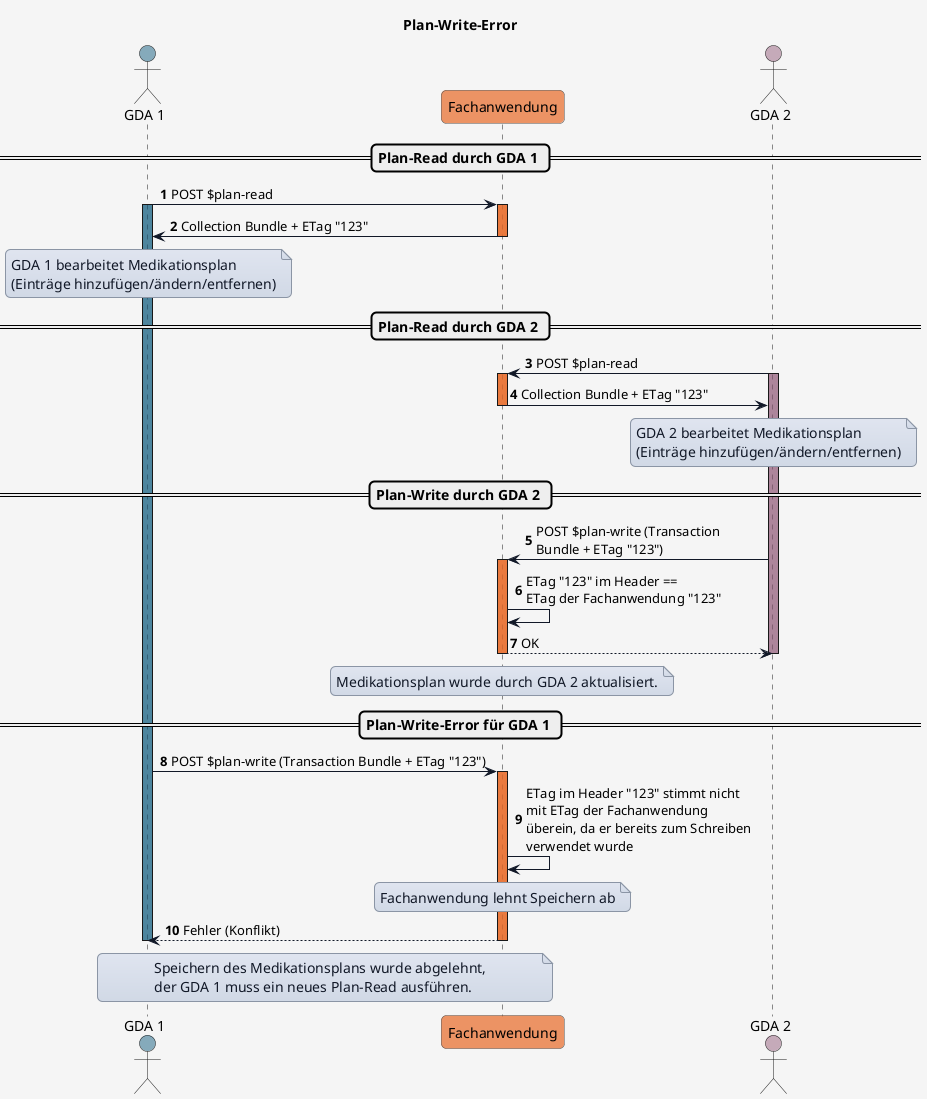
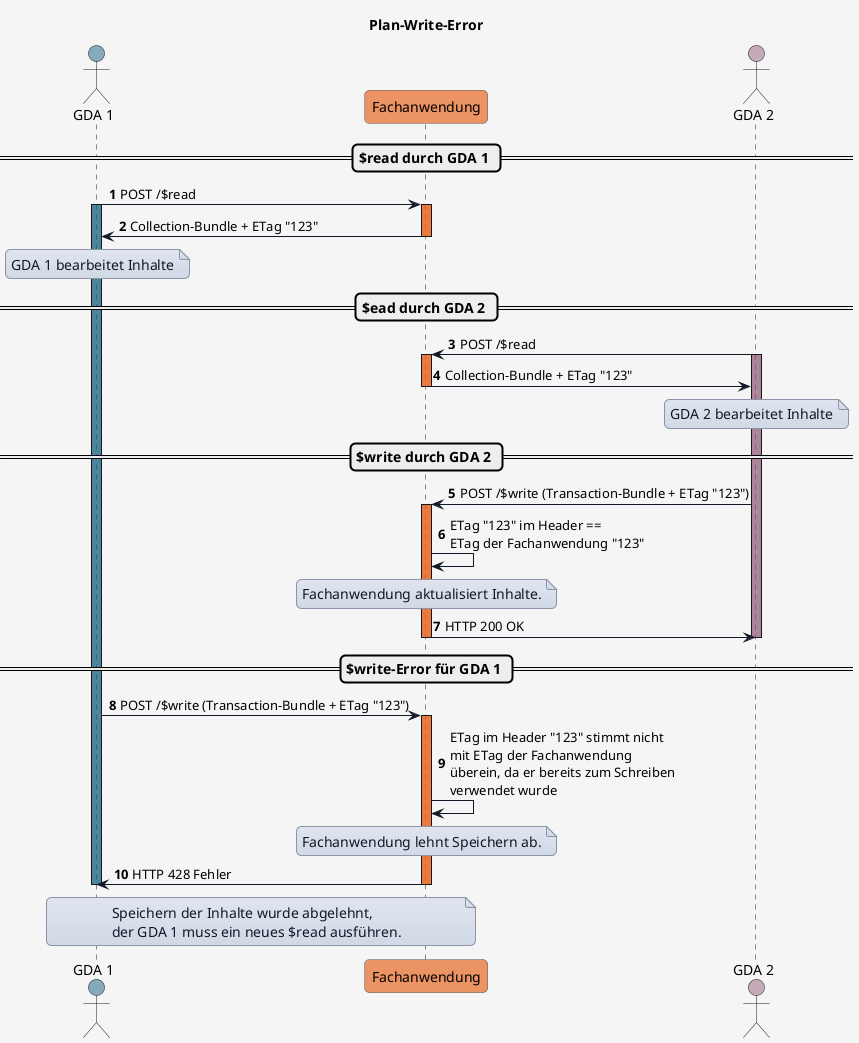
@startuml

title Plan-Write-Error

'skinparam actorStyle awesome

skinparam borderColor #000000
skinparam backgroundColor #f5f5f5
skinparam shadowing false
skinparam roundCorner 10
skinparam defaultFontName "Arial"
skinparam defaultFontSize 14
skinparam defaultFontColor #000000
skinparam HyperlinkColor #0000EE
skinparam HyperlinkUnderline false
skinparam BoxPadding 20
skinparam BoxBorderColor #555555

skinparam note {
  BackgroundColor #e0e5f0-#d1d9e6
  BorderColor #8b95a5
  BorderThickness 1
  RoundCorner 0
  Padding 6
  FontColor #111827
  Shadowing false
}

skinparam sequence {
  ParticipantBorderColor #555555
  ParticipantBackgroundColor #ffffff
  ParticipantFontColor #000000
  ParticipantFontSize 14
  ParticipantPadding 20
  ArrowColor #111827
  ArrowThickness 1
  ArrowFontColor #000000
  ArrowFontSize 13
  GroupBorderColor #111827
  GroupBackgroundColor #eef2ff
  GroupBorderThickness 2
}

!define COLOR_GDA_1    #15608280
!define COLOR_GDA_2    #96607D80
!define COLOR_PATIENT  #196B2480
!define COLOR_APO      #0F9ED590
- !define COLOR_ELGA_FA  #e97232bd
+ !define COLOR_FA  #e97232bd
!define COLOR_E_REZEPT #cd3732a9

!define COLOR_OK       #0F9ED525
!define COLOR_ERROR    #E9713235

actor GDA_1 as "GDA 1" COLOR_GDA_1
- participant elga_FA as "Fachanwendung" COLOR_ELGA_FA
+ participant FA as "Fachanwendung" COLOR_FA
actor GDA_2 as "GDA 2" COLOR_GDA_2

autonumber

- == Plan-Read durch GDA 1 ==
+ == $read durch GDA 1 ==

- GDA_1 -> elga_FA: POST $plan-read
+ GDA_1 -> FA: POST /$read
activate GDA_1 COLOR_GDA_1

- activate elga_FA COLOR_ELGA_FA
- elga_FA -> GDA_1: Collection Bundle + ETag "123"
- deactivate elga_FA
+ activate FA COLOR_FA
+ FA -> GDA_1: Collection-Bundle + ETag "123"
+ deactivate FA

note over GDA_1
- GDA 1 bearbeitet Medikationsplan
- (Einträge hinzufügen/ändern/entfernen)
+ GDA 1 bearbeitet Inhalte
end note

- == Plan-Read durch GDA 2 ==
+ == $ead durch GDA 2 ==

- GDA_2 -> elga_FA: POST $plan-read
+ GDA_2 -> FA: POST /$read
activate GDA_2 COLOR_GDA_2

- activate elga_FA COLOR_ELGA_FA
+ activate FA COLOR_FA

- elga_FA -> GDA_2: Collection Bundle + ETag "123"
- deactivate elga_FA
+ FA -> GDA_2: Collection-Bundle + ETag "123"
+ deactivate FA

note over GDA_2
- GDA 2 bearbeitet Medikationsplan
- (Einträge hinzufügen/ändern/entfernen)
+ GDA 2 bearbeitet Inhalte
end note

- == Plan-Write durch GDA 2 ==
+ == $write durch GDA 2 ==

- GDA_2 -> elga_FA: POST $plan-write (Transaction\nBundle + ETag "123")
+ GDA_2 -> FA: POST /$write (Transaction-Bundle + ETag "123")

- activate elga_FA COLOR_ELGA_FA
- elga_FA -> elga_FA: ETag "123" im Header ==\nETag der Fachanwendung "123"
- elga_FA --> GDA_2: OK
+ activate FA COLOR_FA
+ FA -> FA: ETag "123" im Header ==\nETag der Fachanwendung "123"
+ 
+ note over FA
+   Fachanwendung aktualisiert Inhalte.
+ end note
+ 
+ FA -> GDA_2: HTTP 200 OK
deactivate GDA_2

- note over elga_FA
- Medikationsplan wurde durch GDA 2 aktualisiert.
+ deactivate FA
+ 
+ == $write-Error für GDA 1 ==
+ 
+ GDA_1 -> FA: POST /$write (Transaction-Bundle + ETag "123")
+ 
+ activate FA COLOR_FA
+ FA -> FA: ETag im Header "123" stimmt nicht\nmit ETag der Fachanwendung\nüberein, da er bereits zum Schreiben\nverwendet wurde
+ 
+ note over FA
+   Fachanwendung lehnt Speichern ab.
end note

- deactivate elga_FA
+ FA -> GDA_1: HTTP 428 Fehler
+ deactivate GDA_1

- == Plan-Write-Error für GDA 1 ==
- 
- GDA_1 -> elga_FA: POST $plan-write (Transaction Bundle + ETag "123")
- 
- activate elga_FA COLOR_ELGA_FA
- elga_FA -> elga_FA: ETag im Header "123" stimmt nicht\nmit ETag der Fachanwendung\nüberein, da er bereits zum Schreiben\nverwendet wurde
- note over elga_FA
- Fachanwendung lehnt Speichern ab
- end note
- elga_FA --> GDA_1: Fehler (Konflikt)
- deactivate GDA_1
- note over elga_FA, GDA_1
- Speichern des Medikationsplans wurde abgelehnt,
- der GDA 1 muss ein neues Plan-Read ausführen.
+ note over FA, GDA_1
+   Speichern der Inhalte wurde abgelehnt,
+   der GDA 1 muss ein neues $read ausführen.
end note

- deactivate elga_FA
+ deactivate FA

@enduml